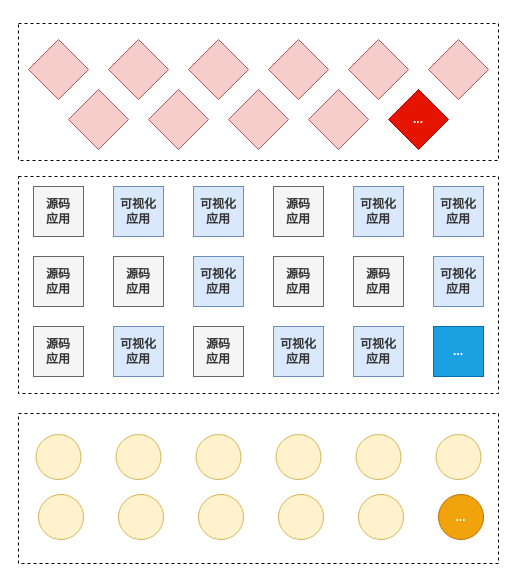
Before: 低代码——最终实现的目标.drawio in tangyaosimida/love, a draw.io diagram. Source tidied: cells renumbered, new cells numbered last; positions are measured from the earlier drawing's top-left corner, leaving out a move shared by most shapes. Both pictures are drawn from the tidied source at 100%, with x=0, y=0 at pixel (18, 23).
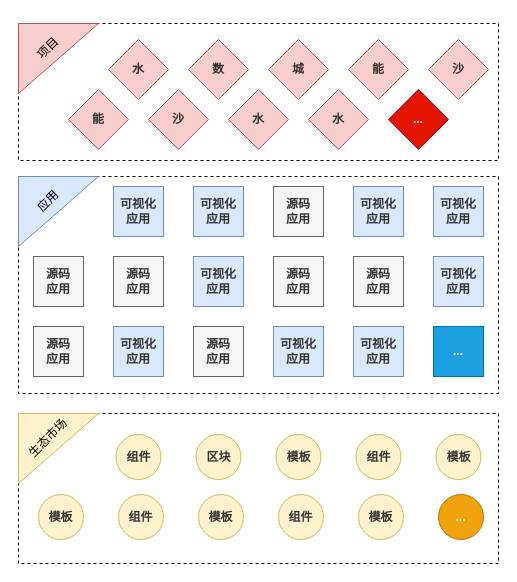
After the change.

Commit message (it also covers changes not shown here):
更新低代码——最终实现的目标.drawio

The edit, as a diff of the source:
```diff
@@
-    <mxCell id="4" style="rhombus;whiteSpace=wrap;html=1;fillColor=#f8cecc;strokeColor=#b85450;fontStyle=1;fontColor=#333333;" parent="1" vertex="1">
-      <mxGeometry x="10" y="16" width="60" height="60" as="geometry" />
-    </mxCell>
-    <mxCell id="5" style="rhombus;whiteSpace=wrap;html=1;fillColor=#f8cecc;strokeColor=#b85450;fontStyle=1;fontColor=#333333;" parent="1" vertex="1">
+    <mxCell id="5" value="水" style="rhombus;whiteSpace=wrap;html=1;fillColor=#f8cecc;strokeColor=#b85450;fontStyle=1;fontColor=#333333;" parent="1" vertex="1">
       <mxGeometry x="90" y="16" width="60" height="60" as="geometry" />
     </mxCell>
-    <mxCell id="6" style="rhombus;whiteSpace=wrap;html=1;fillColor=#f8cecc;strokeColor=#b85450;fontStyle=1;fontColor=#333333;" parent="1" vertex="1">
+    <mxCell id="6" value="数" style="rhombus;whiteSpace=wrap;html=1;fillColor=#f8cecc;strokeColor=#b85450;fontStyle=1;fontColor=#333333;" parent="1" vertex="1">
       <mxGeometry x="170" y="16" width="60" height="60" as="geometry" />
     </mxCell>
-    <mxCell id="7" style="rhombus;whiteSpace=wrap;html=1;fillColor=#f8cecc;strokeColor=#b85450;fontStyle=1;fontColor=#333333;" parent="1" vertex="1">
+    <mxCell id="7" value="城" style="rhombus;whiteSpace=wrap;html=1;fillColor=#f8cecc;strokeColor=#b85450;fontStyle=1;fontColor=#333333;" parent="1" vertex="1">
       <mxGeometry x="250" y="16" width="60" height="60" as="geometry" />
     </mxCell>
-    <mxCell id="8" style="rhombus;whiteSpace=wrap;html=1;fillColor=#f8cecc;strokeColor=#b85450;fontStyle=1;fontColor=#333333;" parent="1" vertex="1">
+    <mxCell id="8" value="能" style="rhombus;whiteSpace=wrap;html=1;fillColor=#f8cecc;strokeColor=#b85450;fontStyle=1;fontColor=#333333;" parent="1" vertex="1">
       <mxGeometry x="330" y="16" width="60" height="60" as="geometry" />
     </mxCell>
-    <mxCell id="9" style="rhombus;whiteSpace=wrap;html=1;fillColor=#f8cecc;strokeColor=#b85450;fontStyle=1;fontColor=#333333;" parent="1" vertex="1">
+    <mxCell id="9" value="沙" style="rhombus;whiteSpace=wrap;html=1;fillColor=#f8cecc;strokeColor=#b85450;fontStyle=1;fontColor=#333333;" parent="1" vertex="1">
       <mxGeometry x="410" y="16" width="60" height="60" as="geometry" />
     </mxCell>
-    <mxCell id="10" style="rhombus;whiteSpace=wrap;html=1;fillColor=#f8cecc;strokeColor=#b85450;fontStyle=1;fontColor=#333333;" parent="1" vertex="1">
+    <mxCell id="10" value="能" style="rhombus;whiteSpace=wrap;html=1;fillColor=#f8cecc;strokeColor=#b85450;fontStyle=1;fontColor=#333333;" parent="1" vertex="1">
       <mxGeometry x="50" y="66" width="60" height="60" as="geometry" />
     </mxCell>
-    <mxCell id="11" style="rhombus;whiteSpace=wrap;html=1;fillColor=#f8cecc;strokeColor=#b85450;fontStyle=1;fontColor=#333333;" parent="1" vertex="1">
+    <mxCell id="11" value="沙" style="rhombus;whiteSpace=wrap;html=1;fillColor=#f8cecc;strokeColor=#b85450;fontStyle=1;fontColor=#333333;" parent="1" vertex="1">
       <mxGeometry x="130" y="66" width="60" height="60" as="geometry" />
     </mxCell>
-    <mxCell id="12" style="rhombus;whiteSpace=wrap;html=1;fillColor=#f8cecc;strokeColor=#b85450;fontStyle=1;fontColor=#333333;" parent="1" vertex="1">
+    <mxCell id="12" value="水" style="rhombus;whiteSpace=wrap;html=1;fillColor=#f8cecc;strokeColor=#b85450;fontStyle=1;fontColor=#333333;" parent="1" vertex="1">
       <mxGeometry x="210" y="66" width="60" height="60" as="geometry" />
     </mxCell>
-    <mxCell id="13" style="rhombus;whiteSpace=wrap;html=1;fillColor=#f8cecc;strokeColor=#b85450;fontStyle=1;fontColor=#333333;" parent="1" vertex="1">
+    <mxCell id="13" value="水" style="rhombus;whiteSpace=wrap;html=1;fillColor=#f8cecc;strokeColor=#b85450;fontStyle=1;fontColor=#333333;" parent="1" vertex="1">
       <mxGeometry x="290" y="66" width="60" height="60" as="geometry" />
     </mxCell>
@@
-    <mxCell id="15" value="源码&lt;br&gt;应用" style="whiteSpace=wrap;html=1;fillColor=#f5f5f5;fontColor=#333333;strokeColor=#666666;fontStyle=1;" parent="1" vertex="1">
-      <mxGeometry x="15" y="163" width="50" height="50" as="geometry" />
-    </mxCell>
@@
-    <mxCell id="34" style="ellipse;whiteSpace=wrap;html=1;fillColor=#fff2cc;strokeColor=#d6b656;fontStyle=1;fontColor=#333333;" parent="1" vertex="1">
-      <mxGeometry x="17.5" y="411" width="45" height="45" as="geometry" />
-    </mxCell>
-    <mxCell id="35" style="ellipse;whiteSpace=wrap;html=1;fillColor=#fff2cc;strokeColor=#d6b656;fontStyle=1;fontColor=#333333;" parent="1" vertex="1">
+    <mxCell id="35" value="组件" style="ellipse;whiteSpace=wrap;html=1;fillColor=#fff2cc;strokeColor=#d6b656;fontStyle=1;fontColor=#333333;" parent="1" vertex="1">
       <mxGeometry x="97.5" y="411" width="45" height="45" as="geometry" />
     </mxCell>
-    <mxCell id="36" style="ellipse;whiteSpace=wrap;html=1;fillColor=#fff2cc;strokeColor=#d6b656;fontStyle=1;fontColor=#333333;" parent="1" vertex="1">
+    <mxCell id="36" value="区块" style="ellipse;whiteSpace=wrap;html=1;fillColor=#fff2cc;strokeColor=#d6b656;fontStyle=1;fontColor=#333333;" parent="1" vertex="1">
       <mxGeometry x="177.5" y="411" width="45" height="45" as="geometry" />
     </mxCell>
-    <mxCell id="37" style="ellipse;whiteSpace=wrap;html=1;fillColor=#fff2cc;strokeColor=#d6b656;fontStyle=1;fontColor=#333333;" parent="1" vertex="1">
+    <mxCell id="37" value="模板" style="ellipse;whiteSpace=wrap;html=1;fillColor=#fff2cc;strokeColor=#d6b656;fontStyle=1;fontColor=#333333;" parent="1" vertex="1">
       <mxGeometry x="257.5" y="411" width="45" height="45" as="geometry" />
     </mxCell>
-    <mxCell id="38" style="ellipse;whiteSpace=wrap;html=1;fillColor=#fff2cc;strokeColor=#d6b656;fontStyle=1;fontColor=#333333;" parent="1" vertex="1">
+    <mxCell id="38" value="组件" style="ellipse;whiteSpace=wrap;html=1;fillColor=#fff2cc;strokeColor=#d6b656;fontStyle=1;fontColor=#333333;" parent="1" vertex="1">
       <mxGeometry x="337.5" y="411" width="45" height="45" as="geometry" />
     </mxCell>
-    <mxCell id="39" style="ellipse;whiteSpace=wrap;html=1;fillColor=#fff2cc;strokeColor=#d6b656;fontStyle=1;fontColor=#333333;" parent="1" vertex="1">
+    <mxCell id="39" value="模板" style="ellipse;whiteSpace=wrap;html=1;fillColor=#fff2cc;strokeColor=#d6b656;fontStyle=1;fontColor=#333333;" parent="1" vertex="1">
       <mxGeometry x="417.5" y="411" width="45" height="45" as="geometry" />
     </mxCell>
-    <mxCell id="40" style="ellipse;whiteSpace=wrap;html=1;fillColor=#fff2cc;strokeColor=#d6b656;fontStyle=1;fontColor=#333333;" parent="1" vertex="1">
+    <mxCell id="40" value="模板" style="ellipse;whiteSpace=wrap;html=1;fillColor=#fff2cc;strokeColor=#d6b656;fontStyle=1;fontColor=#333333;" parent="1" vertex="1">
       <mxGeometry x="20" y="471" width="45" height="45" as="geometry" />
     </mxCell>
-    <mxCell id="41" style="ellipse;whiteSpace=wrap;html=1;fillColor=#fff2cc;strokeColor=#d6b656;fontStyle=1;fontColor=#333333;" parent="1" vertex="1">
+    <mxCell id="41" value="组件" style="ellipse;whiteSpace=wrap;html=1;fillColor=#fff2cc;strokeColor=#d6b656;fontStyle=1;fontColor=#333333;" parent="1" vertex="1">
       <mxGeometry x="100" y="471" width="45" height="45" as="geometry" />
     </mxCell>
-    <mxCell id="42" style="ellipse;whiteSpace=wrap;html=1;fillColor=#fff2cc;strokeColor=#d6b656;fontStyle=1;fontColor=#333333;" parent="1" vertex="1">
+    <mxCell id="42" value="模板" style="ellipse;whiteSpace=wrap;html=1;fillColor=#fff2cc;strokeColor=#d6b656;fontStyle=1;fontColor=#333333;" parent="1" vertex="1">
       <mxGeometry x="180" y="471" width="45" height="45" as="geometry" />
     </mxCell>
-    <mxCell id="43" style="ellipse;whiteSpace=wrap;html=1;fillColor=#fff2cc;strokeColor=#d6b656;fontStyle=1;fontColor=#333333;" parent="1" vertex="1">
+    <mxCell id="43" value="组件" style="ellipse;whiteSpace=wrap;html=1;fillColor=#fff2cc;strokeColor=#d6b656;fontStyle=1;fontColor=#333333;" parent="1" vertex="1">
       <mxGeometry x="260" y="471" width="45" height="45" as="geometry" />
     </mxCell>
-    <mxCell id="44" style="ellipse;whiteSpace=wrap;html=1;fillColor=#fff2cc;strokeColor=#d6b656;fontStyle=1;fontColor=#333333;" parent="1" vertex="1">
+    <mxCell id="44" value="模板" style="ellipse;whiteSpace=wrap;html=1;fillColor=#fff2cc;strokeColor=#d6b656;fontStyle=1;fontColor=#333333;" parent="1" vertex="1">
       <mxGeometry x="340" y="471" width="45" height="45" as="geometry" />
     </mxCell>
@@
+    <mxCell id="46" style="verticalLabelPosition=bottom;verticalAlign=top;html=1;shape=mxgraph.basic.orthogonal_triangle;direction=south;fillColor=#f8cecc;strokeColor=#b85450;" parent="1" vertex="1">
+      <mxGeometry width="80" height="70" as="geometry" />
+    </mxCell>
+    <mxCell id="47" style="verticalLabelPosition=bottom;verticalAlign=top;html=1;shape=mxgraph.basic.orthogonal_triangle;direction=south;fillColor=#dae8fc;strokeColor=#6c8ebf;" parent="1" vertex="1">
+      <mxGeometry y="153" width="80" height="70" as="geometry" />
+    </mxCell>
+    <mxCell id="48" style="verticalLabelPosition=bottom;verticalAlign=top;html=1;shape=mxgraph.basic.orthogonal_triangle;direction=south;fillColor=#fff2cc;strokeColor=#d6b656;" parent="1" vertex="1">
+      <mxGeometry y="390" width="80" height="70" as="geometry" />
+    </mxCell>
+    <mxCell id="49" value="项目" style="text;html=1;align=center;verticalAlign=middle;whiteSpace=wrap;rounded=0;rotation=-45;" parent="1" vertex="1">
+      <mxGeometry y="10" width="60" height="30" as="geometry" />
+    </mxCell>
+    <mxCell id="50" value="应用" style="text;html=1;align=center;verticalAlign=middle;whiteSpace=wrap;rounded=0;rotation=-45;" parent="1" vertex="1">
+      <mxGeometry y="163" width="60" height="30" as="geometry" />
+    </mxCell>
+    <mxCell id="51" value="生态市场" style="text;html=1;align=center;verticalAlign=middle;whiteSpace=wrap;rounded=0;rotation=-45;" parent="1" vertex="1">
+      <mxGeometry y="400" width="60" height="30" as="geometry" />
+    </mxCell>
```
